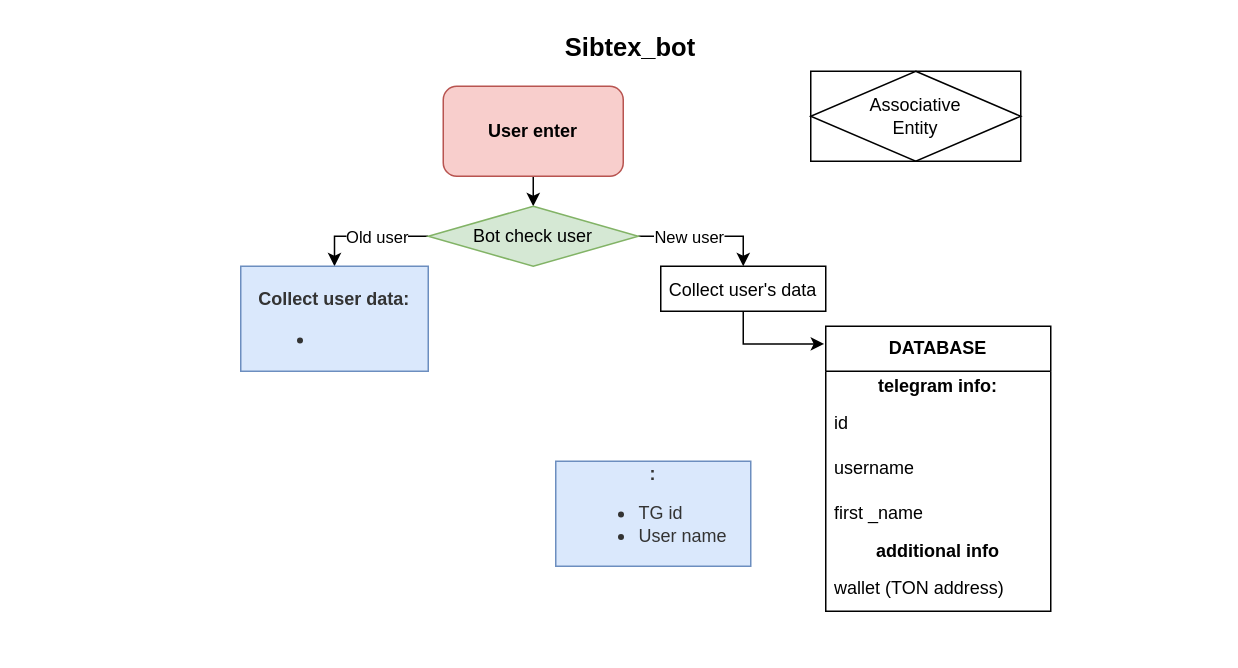
Above: sibtex_bot.drawio in traptor/Sibton (draw.io), before the change. Source tidied: cells renumbered, new cells numbered last; positions are measured from the earlier drawing's top-left corner, leaving out a move shared by most shapes. Both pictures are drawn from the tidied source at 150%, with x=0, y=0 at pixel (240, 26).
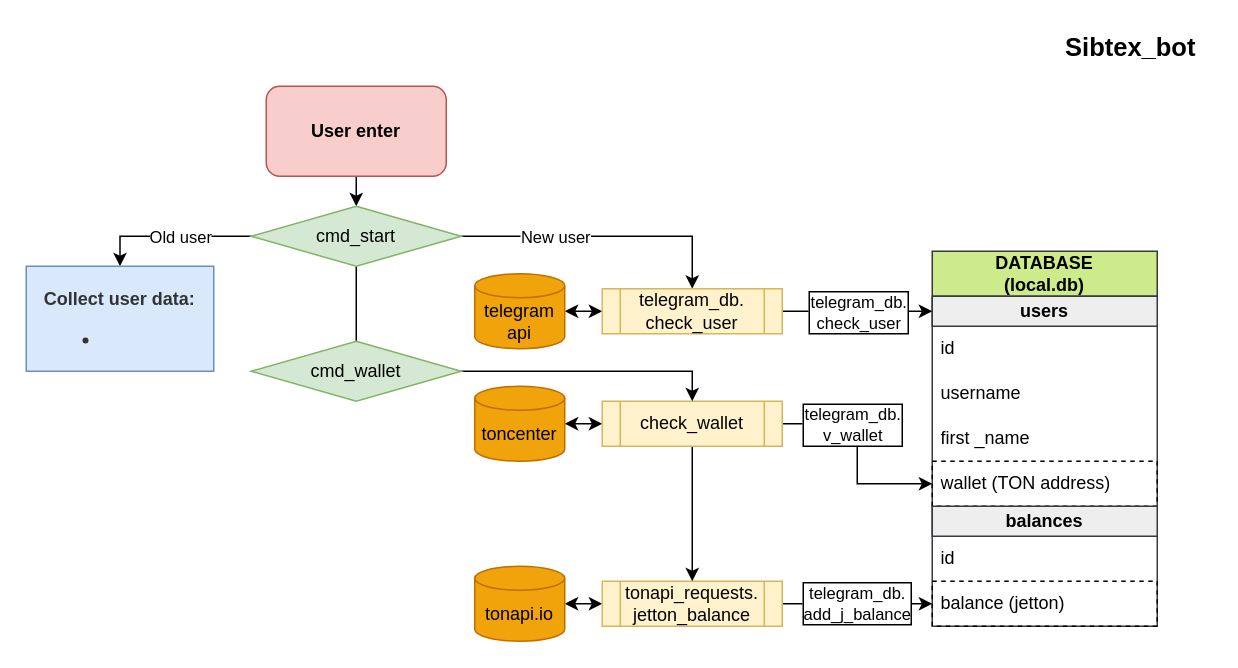
The same page after the edit.

Diff of the diagram source:
```diff
@@
     <mxCell id="3" value="&lt;b&gt;User enter&lt;/b&gt;" style="rounded=1;whiteSpace=wrap;html=1;fillColor=#f8cecc;strokeColor=#b85450;" parent="1" vertex="1">
-      <mxGeometry x="135" y="40" width="120" height="60" as="geometry" />
+      <mxGeometry x="17" y="40" width="120" height="60" as="geometry" />
     </mxCell>
-    <mxCell id="4" style="edgeStyle=orthogonalEdgeStyle;rounded=0;jettySize=auto;html=1;exitX=0.5;exitY=1;exitDx=0;exitDy=0;entryX=-0.007;entryY=0.062;entryDx=0;entryDy=0;fontColor=#000000;entryPerimeter=0;" parent="1" edge="1" source="5" target="15">
-      <mxGeometry relative="1" as="geometry" />
-    </mxCell>
-    <mxCell id="5" value="Collect user's data" style="message.from_user.id&#10;message.from_user.username&#10;message.from_user.first_name;" parent="1" vertex="1">
-      <mxGeometry x="280" y="160" width="110" height="30" as="geometry" />
-    </mxCell>
-    <mxCell id="6" style="edgeStyle=orthogonalEdgeStyle;rounded=0;jettySize=auto;html=1;exitX=1;exitY=0.5;exitDx=0;exitDy=0;entryX=0.5;entryY=0;entryDx=0;entryDy=0;fontColor=#000000;" parent="1" edge="1" source="10" target="5">
+    <mxCell id="6" style="edgeStyle=orthogonalEdgeStyle;rounded=0;jettySize=auto;html=1;exitX=1;exitY=0.5;exitDx=0;exitDy=0;fontColor=#000000;entryX=0.5;entryY=0;entryDx=0;entryDy=0;endArrow=classic;endFill=1;" parent="1" edge="1" source="10" target="33">
       <mxGeometry relative="1" as="geometry" />
     </mxCell>
-    <mxCell id="7" value="New user" style="edgeLabel;html=1;align=center;verticalAlign=middle;fontColor=#000000;" parent="6" vertex="1">
-      <mxGeometry x="0.2" relative="1" as="geometry">
-        <mxPoint x="-21" as="offset" />
+    <mxCell id="7" value="New user" style="edgeLabel;html=1;align=center;verticalAlign=middle;" parent="6" vertex="1">
+      <mxGeometry relative="1" as="geometry">
+        <mxPoint x="-33" as="offset" />
       </mxGeometry>
     </mxCell>
@@
+    <mxCell id="22" style="edgeStyle=orthogonalEdgeStyle;rounded=0;jettySize=auto;html=1;exitX=0.5;exitY=1;exitDx=0;exitDy=0;entryX=0.5;entryY=0;entryDx=0;entryDy=0;labelBorderColor=default;startArrow=none;startFill=0;endArrow=none;endFill=0;" parent="1" edge="1" source="10" target="41">
+      <mxGeometry relative="1" as="geometry" />
+    </mxCell>
-    <mxCell id="10" value="Bot check user" style="rhombus;whiteSpace=wrap;html=1;labelBackgroundColor=none;labelBorderColor=none;fillColor=#d5e8d4;strokeColor=#82b366;" parent="1" vertex="1">
-      <mxGeometry x="125" y="120" width="140" height="40" as="geometry" />
+    <mxCell id="10" value="cmd_start" style="rhombus;whiteSpace=wrap;html=1;labelBackgroundColor=none;labelBorderColor=none;fillColor=#d5e8d4;strokeColor=#82b366;" parent="1" vertex="1">
+      <mxGeometry x="7" y="120" width="140" height="40" as="geometry" />
     </mxCell>
     <mxCell id="11" value="&lt;p style=&quot;border-color: var(--border-color); color: rgb(51, 51, 51);&quot;&gt;&lt;b style=&quot;border-color: var(--border-color);&quot;&gt;Collect user data:&lt;/b&gt;&lt;/p&gt;&lt;ul style=&quot;border-color: var(--border-color); color: rgb(51, 51, 51);&quot;&gt;&lt;li style=&quot;text-align: left; border-color: var(--border-color);&quot;&gt;&lt;br&gt;&lt;/li&gt;&lt;/ul&gt;&lt;p&gt;&lt;/p&gt;" style="rounded=0;whiteSpace=wrap;html=1;labelBackgroundColor=none;labelBorderColor=none;fillColor=#dae8fc;strokeColor=#6c8ebf;" parent="1" vertex="1">
-      <mxGeometry y="160" width="125" height="70" as="geometry" />
+      <mxGeometry x="-143" y="160" width="125" height="70" as="geometry" />
     </mxCell>
     <mxCell id="12" value="&lt;font style=&quot;font-size: 17px;&quot;&gt;&lt;b&gt;Sibtex_bot&lt;/b&gt;&lt;/font&gt;" style="text;html=1;strokeColor=none;fillColor=none;align=center;verticalAlign=middle;whiteSpace=wrap;rounded=0;fontColor=#000000;" parent="1" vertex="1">
-      <mxGeometry x="165" width="190" height="30" as="geometry" />
+      <mxGeometry x="540" width="107" height="30" as="geometry" />
     </mxCell>
-    <mxCell id="13" value="&lt;div style=&quot;border-color: var(--border-color); color: rgb(51, 51, 51);&quot;&gt;&lt;b style=&quot;border-color: var(--border-color);&quot;&gt;:&lt;/b&gt;&lt;/div&gt;&lt;ul style=&quot;border-color: var(--border-color); color: rgb(51, 51, 51);&quot;&gt;&lt;li style=&quot;text-align: left; border-color: var(--border-color);&quot;&gt;TG id&lt;/li&gt;&lt;li style=&quot;text-align: left; border-color: var(--border-color);&quot;&gt;User name&lt;/li&gt;&lt;/ul&gt;" style="rounded=0;whiteSpace=wrap;html=1;labelBackgroundColor=none;labelBorderColor=none;fillColor=#dae8fc;strokeColor=#6c8ebf;" parent="1" vertex="1">
-      <mxGeometry x="210" y="290" width="130" height="70" as="geometry" />
-    </mxCell>
-    <mxCell id="14" value="Associative&#10;Entity" style="shape=associativeEntity;whiteSpace=wrap;html=1;align=center;fontColor=#000000;" parent="1" vertex="1">
-      <mxGeometry x="380" y="30" width="140" height="60" as="geometry" />
-    </mxCell>
-    <mxCell id="15" value="DATABASE" style="swimlane;fontStyle=1;horizontal=1;startSize=30;whiteSpace=wrap;html=1;fontColor=#000000;" parent="1" vertex="1">
-      <mxGeometry x="390" y="200" width="150" height="190" as="geometry" />
+    <mxCell id="15" value="DATABASE&lt;br&gt;(local.db)" style="swimlane;fontStyle=1;horizontal=1;startSize=30;whiteSpace=wrap;html=1;fillColor=#cdeb8b;strokeColor=#36393d;" parent="1" vertex="1">
+      <mxGeometry x="461" y="150" width="150" height="250" as="geometry" />
     </mxCell>
-    <mxCell id="16" value="telegram info:" style="text;strokeColor=none;fillColor=none;align=center;verticalAlign=middle;spacingLeft=4;spacingRight=4;overflow=hidden;points=[[0,0.5],[1,0.5]];portConstraint=eastwest;whiteSpace=wrap;html=1;fontColor=#000000;fontStyle=1;" parent="15" vertex="1">
+    <mxCell id="16" value="users" style="text;strokeColor=#36393d;fillColor=#eeeeee;align=center;verticalAlign=middle;spacingLeft=4;spacingRight=4;overflow=hidden;points=[[0,0.5],[1,0.5]];portConstraint=eastwest;whiteSpace=wrap;html=1;fontStyle=1;" parent="15" vertex="1">
       <mxGeometry y="30" width="150" height="20" as="geometry" />
     </mxCell>
@@
+    <mxCell id="23" value="wallet (TON address)" style="text;strokeColor=default;fillColor=none;align=left;verticalAlign=middle;spacingLeft=4;spacingRight=4;overflow=hidden;points=[[0,0.5],[1,0.5]];portConstraint=eastwest;whiteSpace=wrap;html=1;fontColor=#000000;labelBackgroundColor=none;labelBorderColor=none;shadow=0;dashed=1;" parent="15" vertex="1">
+      <mxGeometry y="140" width="150" height="30" as="geometry" />
+    </mxCell>
-    <mxCell id="20" value="additional info" style="text;strokeColor=none;fillColor=none;align=center;verticalAlign=middle;spacingLeft=4;spacingRight=4;overflow=hidden;whiteSpace=wrap;html=1;fontColor=#000000;fontStyle=1;" parent="15" vertex="1">
-      <mxGeometry y="140" width="150" height="20" as="geometry" />
+    <mxCell id="20" value="balances" style="text;strokeColor=#36393d;fillColor=#eeeeee;align=center;verticalAlign=middle;spacingLeft=4;spacingRight=4;overflow=hidden;whiteSpace=wrap;html=1;fontStyle=1;" parent="15" vertex="1">
+      <mxGeometry y="170" width="150" height="20" as="geometry" />
     </mxCell>
-    <mxCell id="21" value="wallet (TON address)" style="text;strokeColor=none;fillColor=none;align=left;verticalAlign=middle;spacingLeft=4;spacingRight=4;overflow=hidden;whiteSpace=wrap;html=1;fontColor=#000000;" parent="15" vertex="1">
-      <mxGeometry y="160" width="150" height="30" as="geometry" />
+    <mxCell id="21" value="id" style="text;strokeColor=none;fillColor=none;align=left;verticalAlign=middle;spacingLeft=4;spacingRight=4;overflow=hidden;whiteSpace=wrap;html=1;fontColor=#000000;" parent="15" vertex="1">
+      <mxGeometry y="190" width="150" height="30" as="geometry" />
     </mxCell>
+    <mxCell id="24" value="balance (jetton)" style="text;strokeColor=default;fillColor=none;align=left;verticalAlign=middle;spacingLeft=4;spacingRight=4;overflow=hidden;points=[[0,0.5],[1,0.5]];portConstraint=eastwest;whiteSpace=wrap;html=1;fontColor=#000000;dashed=1;" parent="15" vertex="1">
+      <mxGeometry y="220" width="150" height="30" as="geometry" />
+    </mxCell>
+    <mxCell id="25" value="telegram_db.&lt;br&gt;add_j_balance" style="edgeStyle=orthogonalEdgeStyle;rounded=0;jettySize=auto;html=1;exitX=1;exitY=0.5;exitDx=0;exitDy=0;entryX=0;entryY=0.5;entryDx=0;entryDy=0;verticalAlign=middle;labelBorderColor=default;" parent="1" edge="1" source="27" target="24">
+      <mxGeometry relative="1" as="geometry" />
+    </mxCell>
+    <mxCell id="26" style="edgeStyle=orthogonalEdgeStyle;rounded=0;jettySize=auto;html=1;exitX=1;exitY=0.5;exitDx=0;exitDy=0;entryX=0;entryY=0.5;entryDx=0;entryDy=0;exitPerimeter=0;startArrow=classic;startFill=1;" parent="1" edge="1" source="28" target="27">
+      <mxGeometry relative="1" as="geometry" />
+    </mxCell>
+    <mxCell id="27" value="tonapi_requests.&lt;br&gt;jetton_balance" style="shape=process;whiteSpace=wrap;html=1;backgroundOutline=1;fillColor=#fff2cc;strokeColor=#d6b656;" parent="1" vertex="1">
+      <mxGeometry x="241" y="370" width="120" height="30" as="geometry" />
+    </mxCell>
+    <mxCell id="28" value="tonapi.io" style="shape=cylinder3;whiteSpace=wrap;html=1;boundedLbl=1;backgroundOutline=1;size=8;fillColor=#f0a30a;fontColor=#000000;strokeColor=#BD7000;" parent="1" vertex="1">
+      <mxGeometry x="156" y="360" width="60" height="50" as="geometry" />
+    </mxCell>
+    <mxCell id="29" style="edgeStyle=orthogonalEdgeStyle;rounded=0;jettySize=auto;html=1;exitX=1;exitY=0.5;exitDx=0;exitDy=0;exitPerimeter=0;entryX=0;entryY=0.5;entryDx=0;entryDy=0;startArrow=classic;startFill=1;" parent="1" edge="1" source="30" target="33">
+      <mxGeometry relative="1" as="geometry" />
+    </mxCell>
+    <mxCell id="30" value="telegram api" style="shape=cylinder3;whiteSpace=wrap;html=1;boundedLbl=1;backgroundOutline=1;size=8;fillColor=#f0a30a;strokeColor=#BD7000;fontColor=#000000;" parent="1" vertex="1">
+      <mxGeometry x="156" y="165" width="60" height="50" as="geometry" />
+    </mxCell>
+    <mxCell id="31" style="edgeStyle=orthogonalEdgeStyle;rounded=0;jettySize=auto;html=1;exitX=1;exitY=0.5;exitDx=0;exitDy=0;entryX=0;entryY=0.5;entryDx=0;entryDy=0;labelBorderColor=default;" parent="1" edge="1" source="33" target="16">
+      <mxGeometry relative="1" as="geometry" />
+    </mxCell>
+    <mxCell id="32" value="telegram_db.&lt;br&gt;check_user" style="edgeLabel;html=1;align=center;verticalAlign=middle;labelBorderColor=default;" parent="31" vertex="1">
+      <mxGeometry x="0.28" relative="1" as="geometry">
+        <mxPoint x="-14" as="offset" />
+      </mxGeometry>
+    </mxCell>
+    <mxCell id="33" value="telegram_db.&lt;br&gt;check_user" style="shape=process;whiteSpace=wrap;html=1;backgroundOutline=1;fillColor=#fff2cc;strokeColor=#d6b656;" parent="1" vertex="1">
+      <mxGeometry x="241" y="175" width="120" height="30" as="geometry" />
+    </mxCell>
+    <mxCell id="34" style="edgeStyle=orthogonalEdgeStyle;rounded=0;jettySize=auto;html=1;exitX=1;exitY=0.5;exitDx=0;exitDy=0;entryX=0;entryY=0.5;entryDx=0;entryDy=0;align=center;" parent="1" edge="1" source="38" target="23">
+      <mxGeometry relative="1" as="geometry" />
+    </mxCell>
+    <mxCell id="35" value="telegram_db.&lt;br&gt;v_wallet" style="edgeLabel;html=1;align=center;verticalAlign=middle;labelBorderColor=default;" parent="34" vertex="1">
+      <mxGeometry x="-0.22" relative="1" as="geometry">
+        <mxPoint x="-4" y="-5" as="offset" />
+      </mxGeometry>
+    </mxCell>
+    <mxCell id="36" style="edgeStyle=orthogonalEdgeStyle;rounded=0;jettySize=auto;html=1;exitX=0;exitY=0.5;exitDx=0;exitDy=0;entryX=1;entryY=0.5;entryDx=0;entryDy=0;entryPerimeter=0;endArrow=classic;endFill=1;startArrow=classic;startFill=1;" parent="1" edge="1" source="38" target="39">
+      <mxGeometry relative="1" as="geometry" />
+    </mxCell>
+    <mxCell id="37" style="edgeStyle=orthogonalEdgeStyle;rounded=0;jettySize=auto;html=1;exitX=0.5;exitY=1;exitDx=0;exitDy=0;entryX=0.5;entryY=0;entryDx=0;entryDy=0;labelBorderColor=default;startArrow=none;startFill=0;endArrow=classic;endFill=1;" parent="1" edge="1" source="38" target="27">
+      <mxGeometry relative="1" as="geometry" />
+    </mxCell>
+    <mxCell id="38" value="check_wallet" style="shape=process;whiteSpace=wrap;html=1;backgroundOutline=1;fillColor=#fff2cc;strokeColor=#d6b656;" parent="1" vertex="1">
+      <mxGeometry x="241" y="250" width="120" height="30" as="geometry" />
+    </mxCell>
+    <mxCell id="39" value="toncenter" style="shape=cylinder3;whiteSpace=wrap;html=1;boundedLbl=1;backgroundOutline=1;size=8;fillColor=#f0a30a;strokeColor=#BD7000;fontColor=#000000;" parent="1" vertex="1">
+      <mxGeometry x="156" y="240" width="60" height="50" as="geometry" />
+    </mxCell>
+    <mxCell id="40" style="edgeStyle=orthogonalEdgeStyle;rounded=0;jettySize=auto;html=1;exitX=1;exitY=0.5;exitDx=0;exitDy=0;entryX=0.5;entryY=0;entryDx=0;entryDy=0;labelBorderColor=default;startArrow=none;startFill=0;endArrow=classic;endFill=1;" parent="1" edge="1" source="41" target="38">
+      <mxGeometry relative="1" as="geometry" />
+    </mxCell>
+    <mxCell id="41" value="cmd_wallet" style="rhombus;whiteSpace=wrap;html=1;labelBackgroundColor=none;labelBorderColor=none;fillColor=#d5e8d4;strokeColor=#82b366;" parent="1" vertex="1">
+      <mxGeometry x="7" y="210" width="140" height="40" as="geometry" />
+    </mxCell>
```
